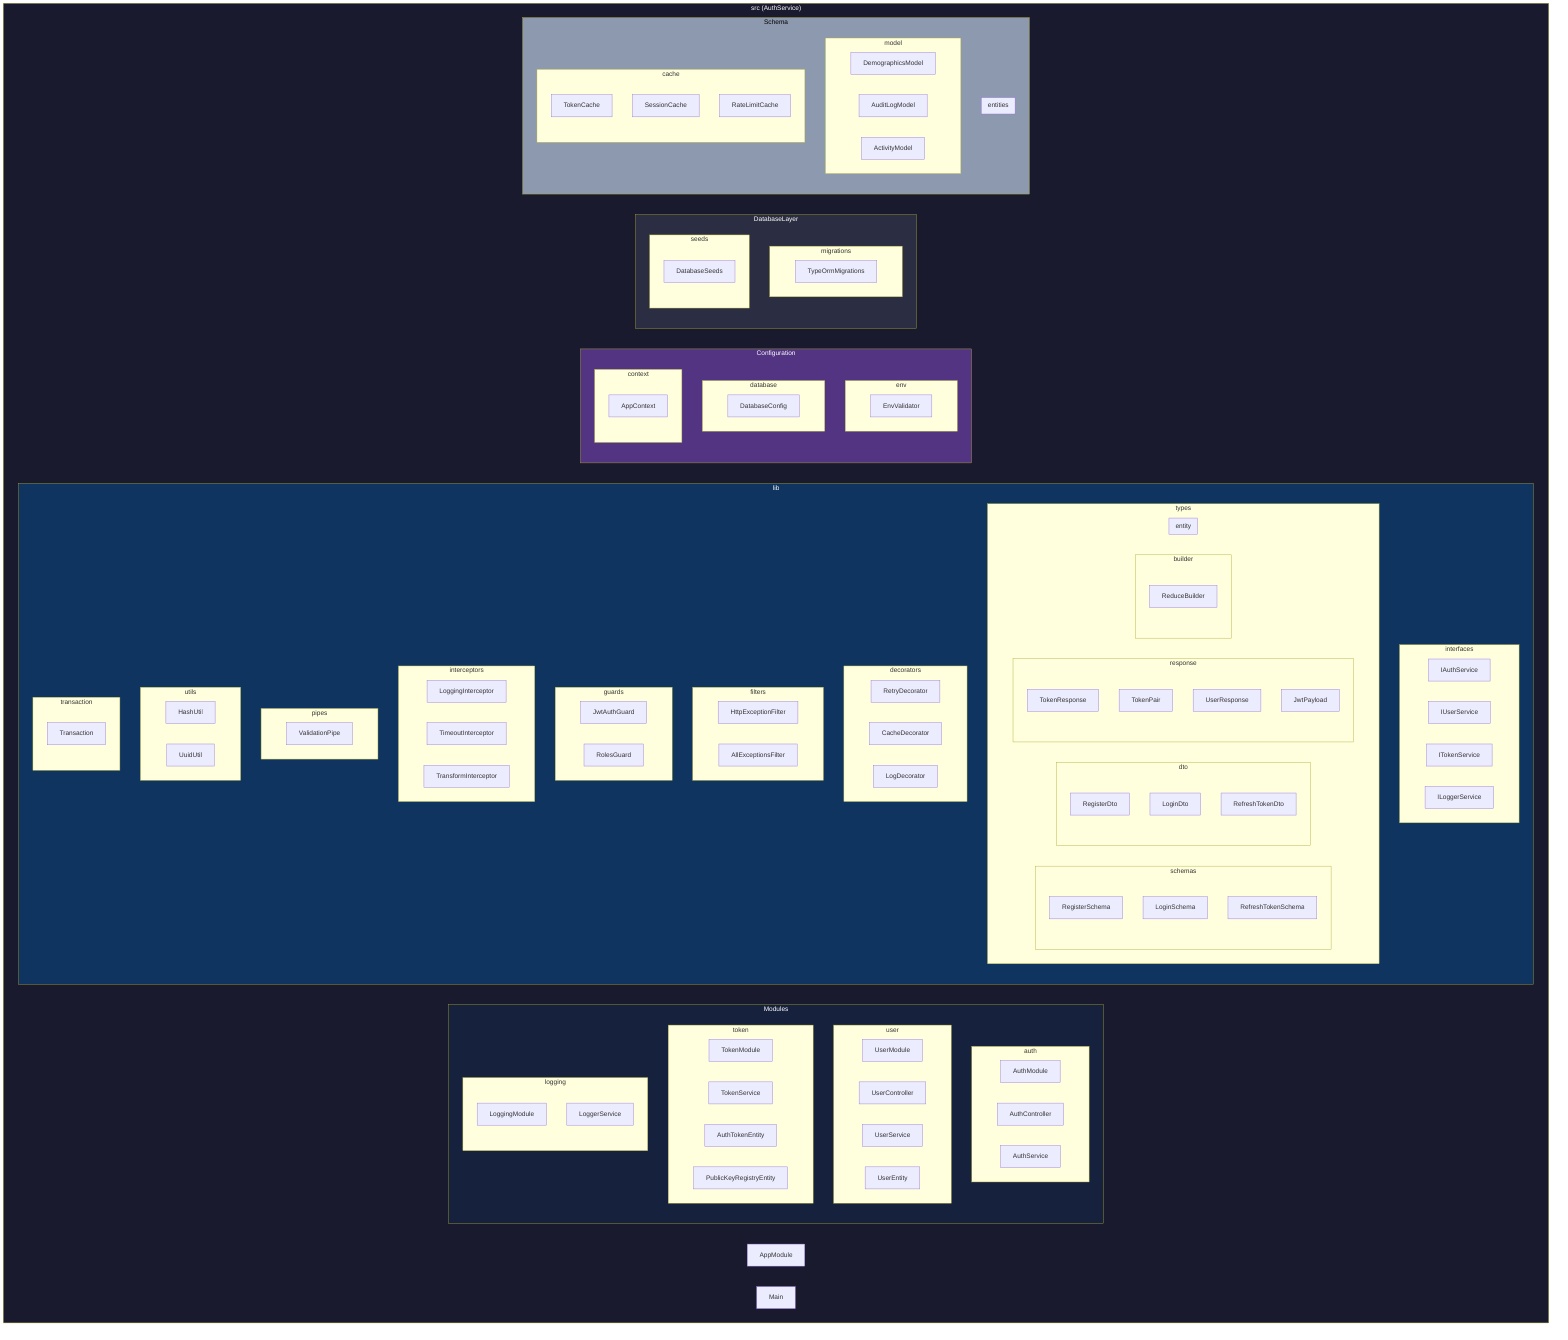
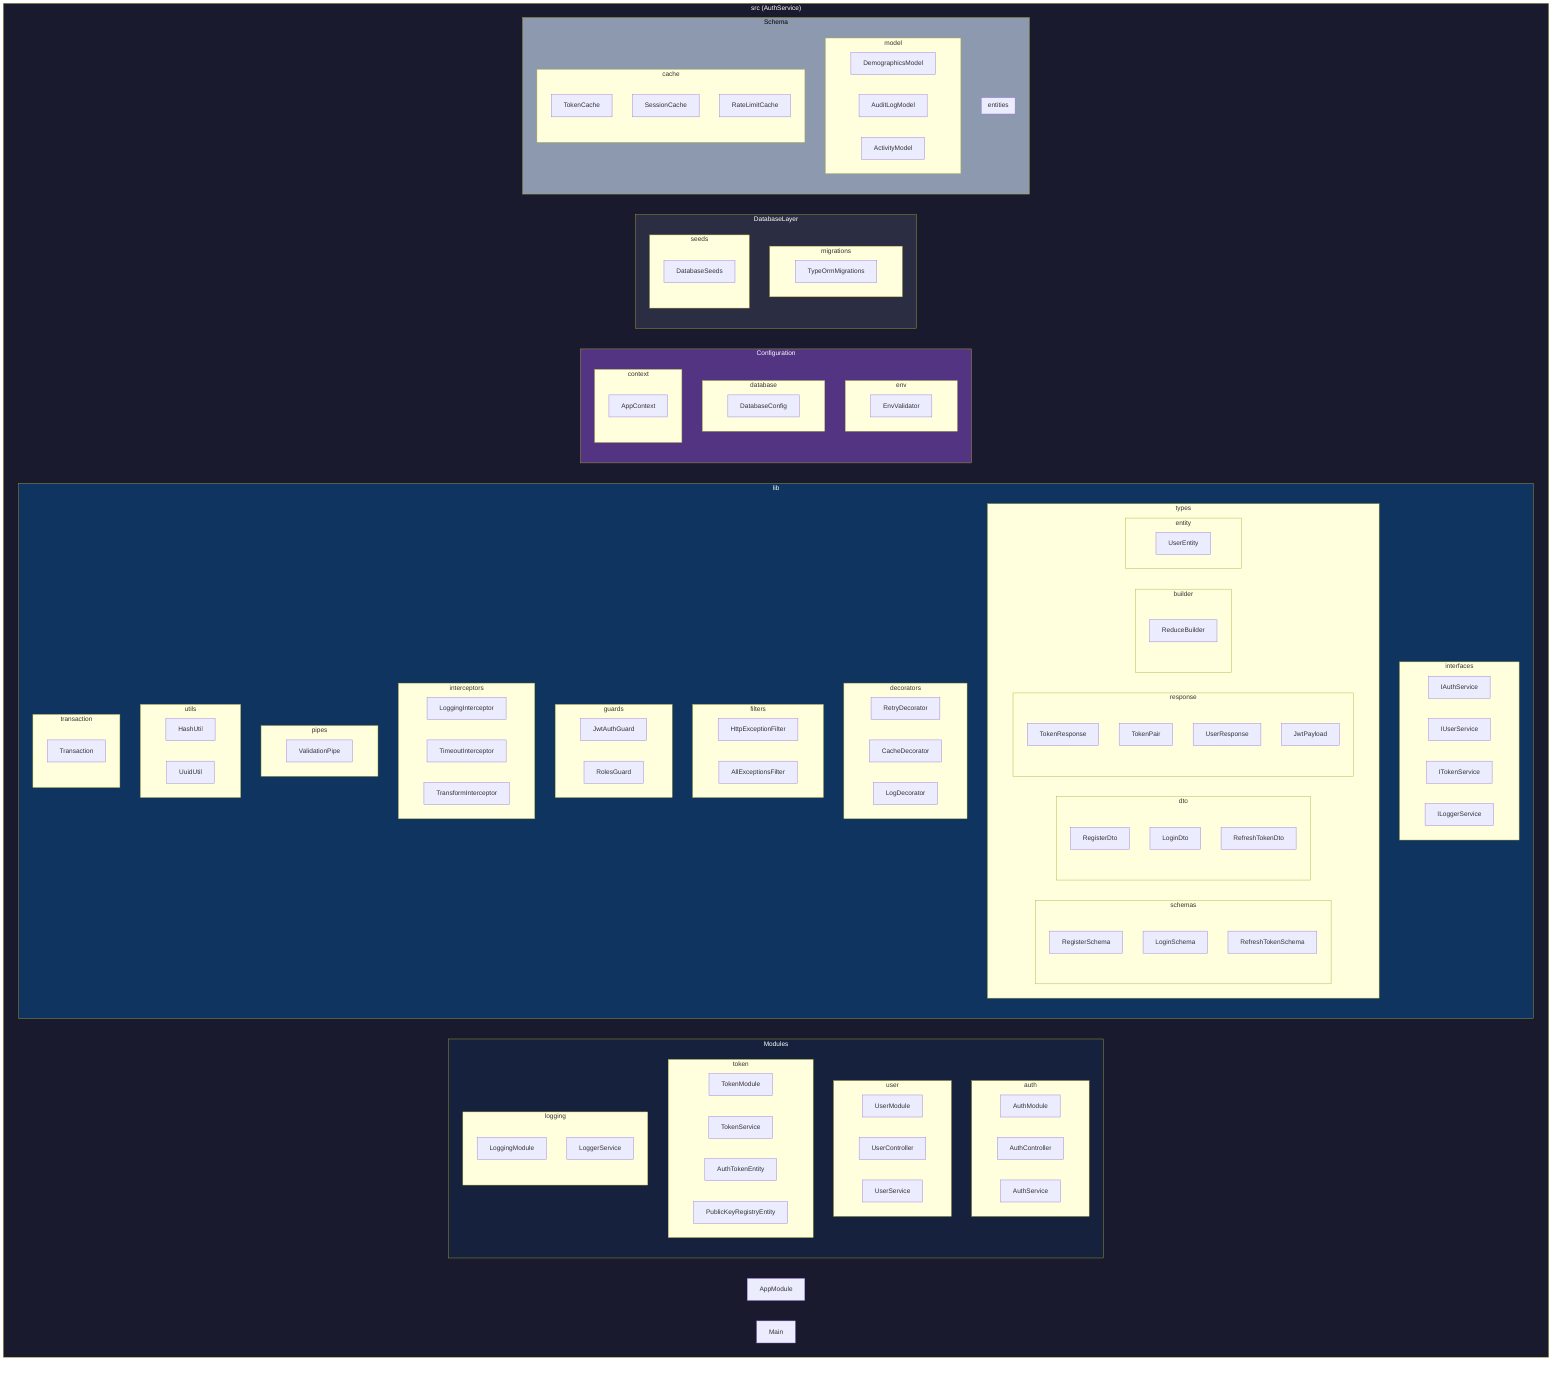
%% TreeView Diagram - Module Structure
%% Maps to: Section 11.4 Folder Structure, Section 11.5 Internal Library Management
%% Shows hierarchical package organization with interfaces and types
%% Token blacklist is Redis-only (not in PostgreSQL schema)

graph TB
    subgraph src ["src (AuthService)"]
        subgraph Modules
            subgraph auth
                AuthModule
                AuthController
                AuthService
            end
            subgraph user
                UserModule
                UserController
                UserService
-                 UserEntity
            end
            subgraph token
                TokenModule
                TokenService
                AuthTokenEntity
                PublicKeyRegistryEntity
            end
            subgraph logging
                LoggingModule
                LoggerService
            end
        end

        subgraph lib
            subgraph interfaces
                IAuthService
                IUserService
                ITokenService
                ILoggerService
            end
            subgraph types
                subgraph schemas
                    RegisterSchema
                    LoginSchema
                    RefreshTokenSchema
                end
                subgraph dto
                    RegisterDto
                    LoginDto
                    RefreshTokenDto
                end
                subgraph response
                    TokenResponse
                    TokenPair
                    UserResponse
                    JwtPayload
                end
                subgraph builder
                    ReduceBuilder
                end
                subgraph entity
                    UserEntity
                end
            end
            subgraph decorators
                RetryDecorator
                CacheDecorator
                LogDecorator
            end
            subgraph filters
                HttpExceptionFilter
                AllExceptionsFilter
            end
            subgraph guards
                JwtAuthGuard
                RolesGuard
            end
            subgraph interceptors
                LoggingInterceptor
                TimeoutInterceptor
                TransformInterceptor
            end
            subgraph pipes
                ValidationPipe
            end
            subgraph utils
                HashUtil
                UuidUtil
            end
            subgraph transaction
                Transaction
            end
        end

        subgraph Configuration
            subgraph env
                EnvValidator
            end
            subgraph database
                DatabaseConfig
            end
            subgraph context
                AppContext
            end
        end

        subgraph DatabaseLayer
            subgraph migrations
                TypeOrmMigrations
            end
            subgraph seeds
                DatabaseSeeds
            end
        end

        subgraph Schema
            subgraph entities
                UserEntity
                AuthTokenEntity
                PublicKeyRegistryEntity
            end
            subgraph model
                DemographicsModel
                AuditLogModel
                ActivityModel
            end
            subgraph cache
                TokenCache
                SessionCache
                RateLimitCache
            end
        end

        AppModule
        Main
    end

    style src fill:#1a1a2e,color:#fff
    style Modules fill:#16213e,color:#fff
    style lib fill:#0f3460,color:#fff
    style Configuration fill:#533483,color:#fff
    style DatabaseLayer fill:#2b2d42,color:#fff
    style Schema fill:#8d99ae,color:#000
